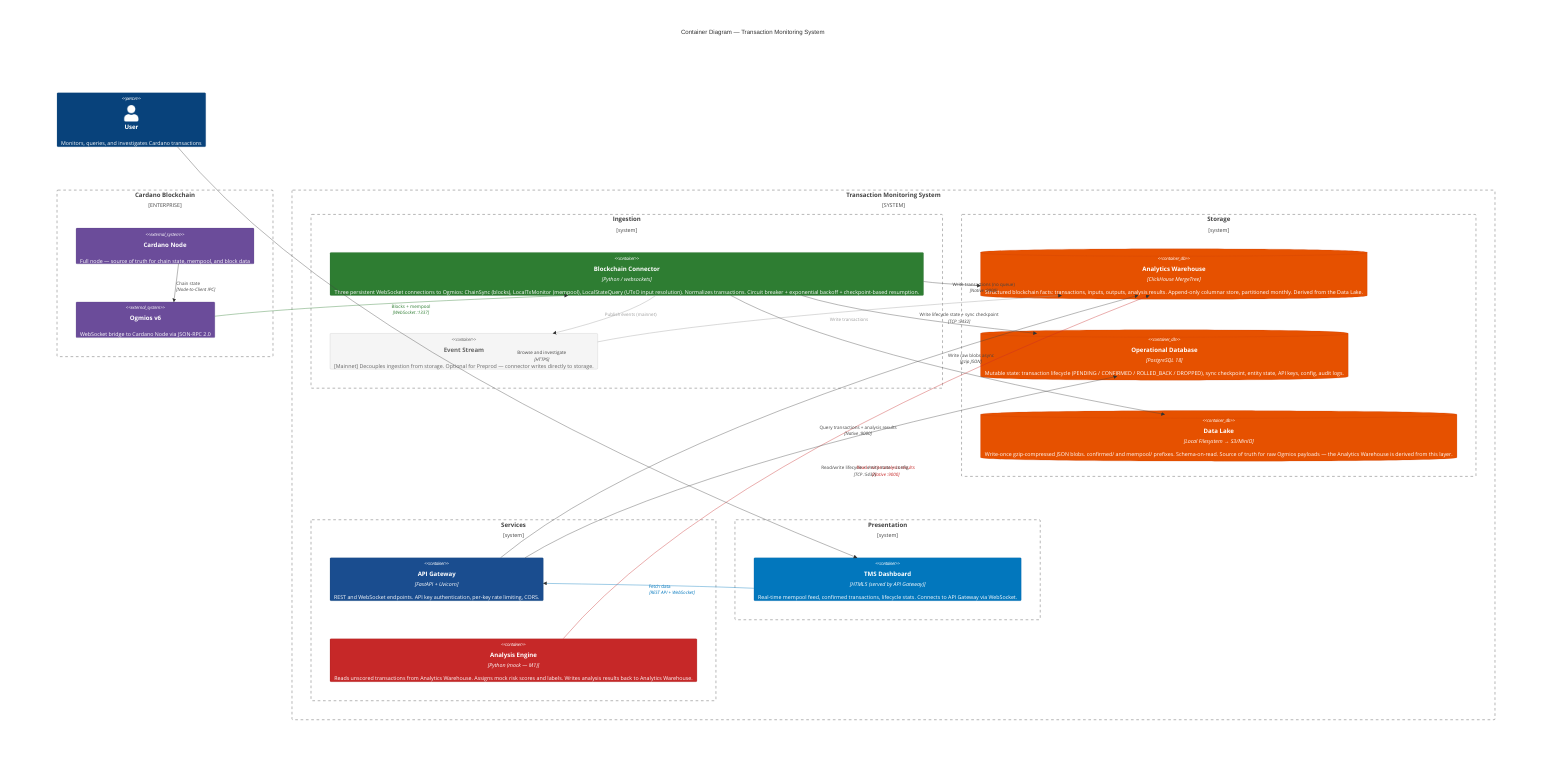
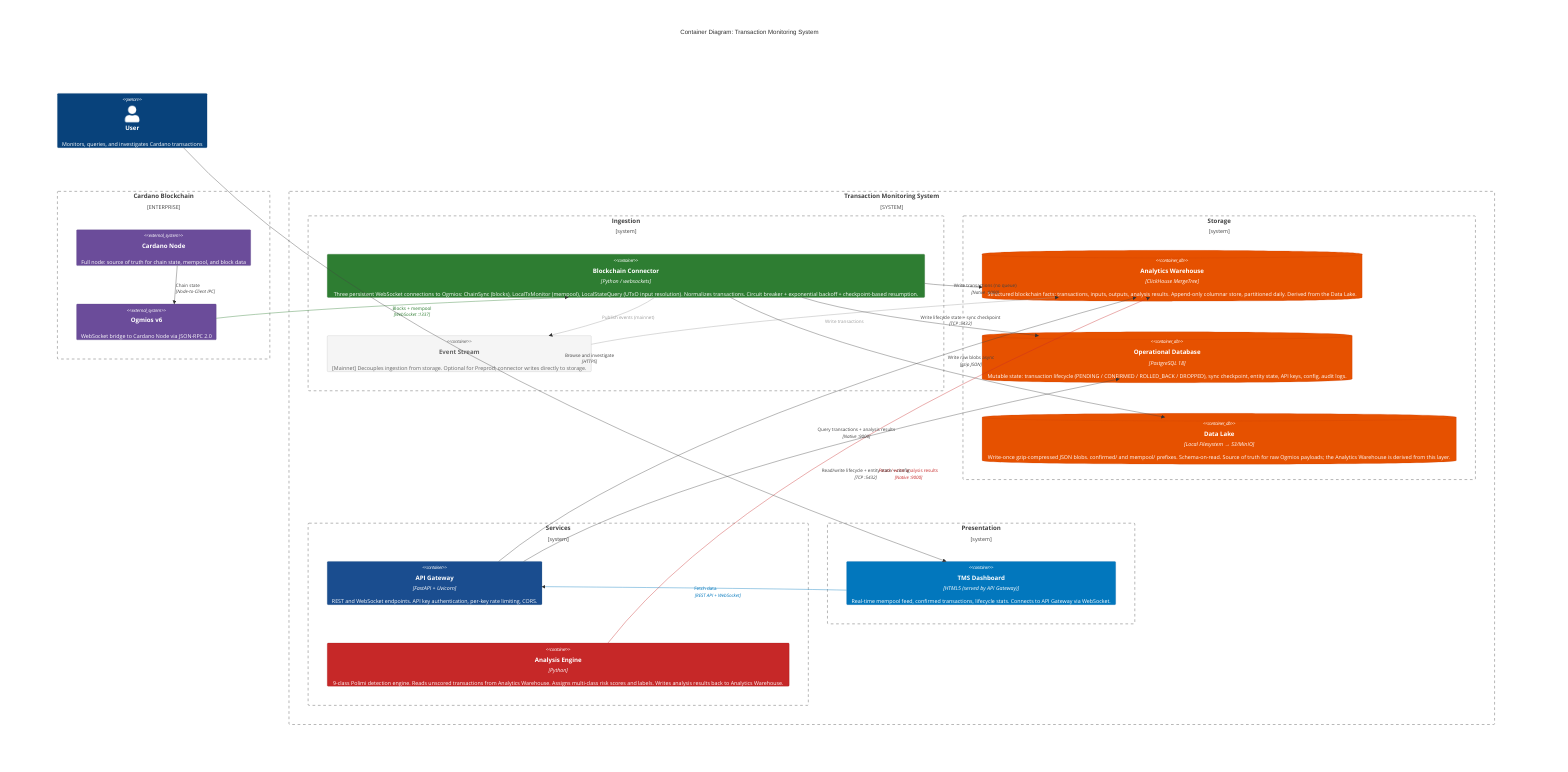
C4Container
-     title Container Diagram — Transaction Monitoring System
+     title Container Diagram: Transaction Monitoring System

    Enterprise_Boundary(blockchain, "Cardano Blockchain") {
-         System_Ext(cardano_node, "Cardano Node", "Full node — source of truth for chain state, mempool, and block data")
+         System_Ext(cardano_node, "Cardano Node", "Full node: source of truth for chain state, mempool, and block data")
        System_Ext(ogmios, "Ogmios v6", "WebSocket bridge to Cardano Node via JSON-RPC 2.0")
    }

    Person(user, "User", "Monitors, queries, and investigates Cardano transactions")

    System_Boundary(tms, "Transaction Monitoring System") {

        Boundary(ingestion, "Ingestion") {
            Container(connector, "Blockchain Connector", "Python / websockets", "Three persistent WebSocket connections to Ogmios: ChainSync (blocks), LocalTxMonitor (mempool), LocalStateQuery (UTxO input resolution). Normalizes transactions. Circuit breaker + exponential backoff + checkpoint-based resumption.")
-             Container(queue, "Event Stream", "", "[Mainnet] Decouples ingestion from storage. Optional for Preprod — connector writes directly to storage.")
+             Container(queue, "Event Stream", "", "[Mainnet] Decouples ingestion from storage. Optional for Preprod; connector writes directly to storage.")
        }

        Boundary(storage, "Storage") {
-             ContainerDb(datalake, "Analytics Warehouse", "ClickHouse MergeTree", "Structured blockchain facts: transactions, inputs, outputs, analysis results. Append-only columnar store, partitioned monthly. Derived from the Data Lake.")
+             ContainerDb(datalake, "Analytics Warehouse", "ClickHouse MergeTree", "Structured blockchain facts: transactions, inputs, outputs, analysis results. Append-only columnar store, partitioned daily. Derived from the Data Lake.")
            ContainerDb(admin_db, "Operational Database", "PostgreSQL 18", "Mutable state: transaction lifecycle (PENDING / CONFIRMED / ROLLED_BACK / DROPPED), sync checkpoint, entity state, API keys, config, audit logs.")
-             ContainerDb(rawstore, "Data Lake", "Local Filesystem → S3/MinIO", "Write-once gzip-compressed JSON blobs. confirmed/ and mempool/ prefixes. Schema-on-read. Source of truth for raw Ogmios payloads — the Analytics Warehouse is derived from this layer.")
+             ContainerDb(rawstore, "Data Lake", "Local Filesystem → S3/MinIO", "Write-once gzip-compressed JSON blobs. confirmed/ and mempool/ prefixes. Schema-on-read. Source of truth for raw Ogmios payloads; the Analytics Warehouse is derived from this layer.")
        }

        Boundary(services, "Services") {
            Container(api, "API Gateway", "FastAPI + Uvicorn", "REST and WebSocket endpoints. API key authentication, per-key rate limiting, CORS.")
-             Container(analysis, "Analysis Engine", "Python (mock — M1)", "Reads unscored transactions from Analytics Warehouse. Assigns mock risk scores and labels. Writes analysis results back to Analytics Warehouse.")
+             Container(analysis, "Analysis Engine", "Python", "9-class Polimi detection engine. Reads unscored transactions from Analytics Warehouse. Assigns multi-class risk scores and labels. Writes analysis results back to Analytics Warehouse.")
        }

        Boundary(presentation, "Presentation") {
            Container(ui, "TMS Dashboard", "HTML5 (served by API Gateway)", "Real-time mempool feed, confirmed transactions, lifecycle stats. Connects to API Gateway via WebSocket.")
        }
    }

    Rel(cardano_node, ogmios, "Chain state", "Node-to-Client IPC")
    Rel(ogmios, connector, "Blocks + mempool", "WebSocket :1337")

    Rel(connector, queue, "Publish events (mainnet)", "")
    Rel(queue, datalake, "Write transactions", "")
    Rel(connector, datalake, "Write transactions (no queue)", "Native :9000")
    Rel(connector, admin_db, "Write lifecycle state + sync checkpoint", "TCP :5432")
    Rel(connector, rawstore, "Write raw blobs async", "gzip JSON")

    Rel(analysis, datalake, "Read / write analysis results", "Native :9000")

    Rel(api, datalake, "Query transactions + analysis results", "Native :9000")
    Rel(api, admin_db, "Read/write lifecycle + entity state + config", "TCP :5432")

    Rel(user, ui, "Browse and investigate", "HTTPS")
    Rel(ui, api, "Fetch data", "REST API + WebSocket")

    UpdateElementStyle(queue, $fontColor="#666666", $bgColor="#f5f5f5", $borderColor="#9e9e9e")
    UpdateElementStyle(connector, $fontColor="white", $bgColor="#2e7d32", $borderColor="#1b5e20")
    UpdateElementStyle(api, $fontColor="white", $bgColor="#1a4d8f", $borderColor="#0d3b6e")
    UpdateElementStyle(analysis, $fontColor="white", $bgColor="#c62828", $borderColor="#8e0000")
    UpdateElementStyle(datalake, $fontColor="white", $bgColor="#e65100", $borderColor="#bf360c")
    UpdateElementStyle(admin_db, $fontColor="white", $bgColor="#e65100", $borderColor="#bf360c")
    UpdateElementStyle(rawstore, $fontColor="white", $bgColor="#e65100", $borderColor="#bf360c")
    UpdateElementStyle(ui, $fontColor="white", $bgColor="#0277bd", $borderColor="#01579b")
    UpdateElementStyle(ogmios, $fontColor="white", $bgColor="#6b4c9a", $borderColor="#4a3570")
    UpdateElementStyle(cardano_node, $fontColor="white", $bgColor="#6b4c9a", $borderColor="#4a3570")
    UpdateRelStyle(ogmios, connector, $textColor="#2e7d32", $lineColor="#2e7d32")
    UpdateRelStyle(connector, queue, $textColor="#9e9e9e", $lineColor="#9e9e9e")
    UpdateRelStyle(queue, datalake, $textColor="#9e9e9e", $lineColor="#9e9e9e")
    UpdateRelStyle(analysis, datalake, $textColor="#c62828", $lineColor="#c62828")
    UpdateRelStyle(ui, api, $textColor="#0277bd", $lineColor="#0277bd")
